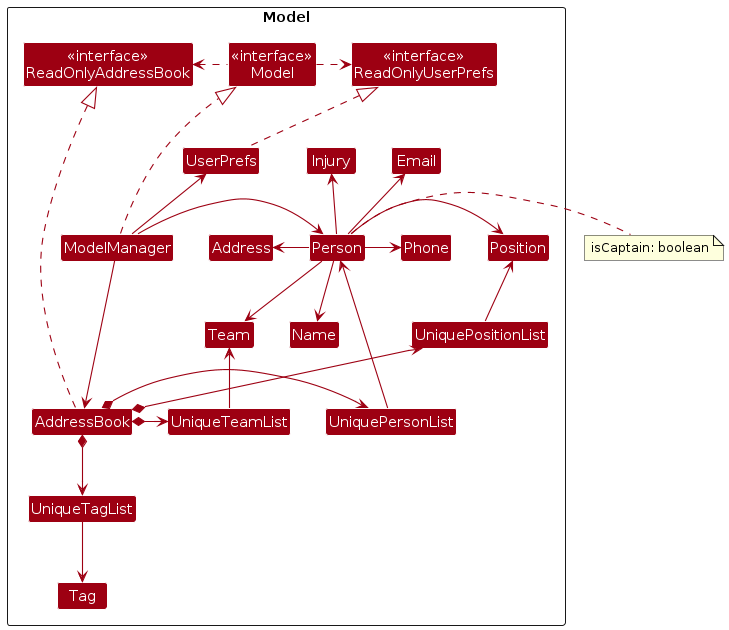
AY2526S1-CS2103T-T13-3/tp keeps this PlantUML diagram as diagrams/ModelClassDiagram.png. Above is the earlier version. Its source is kept beside it as diagrams/ModelClassDiagram.puml. The source it was exported from:
```plantuml
@startuml
!include style.puml
skinparam arrowThickness 1.1
skinparam arrowColor MODEL_COLOR
skinparam classBackgroundColor MODEL_COLOR

Package Model as ModelPackage <<Rectangle>>{
Class "<<interface>>\nReadOnlyAddressBook" as ReadOnlyAddressBook
Class "<<interface>>\nReadOnlyUserPrefs" as ReadOnlyUserPrefs
Class "<<interface>>\nModel" as Model
Class AddressBook
Class ModelManager
Class UserPrefs

Class UniquePersonList
Class Person
Class Address
Class Email
Class Name
Class Phone
Class Tag
Class UniqueTagList
Class UniqueTeamList
Class UniquePositionList
Class Injury
Class Team
Class Position
}

AddressBook .up.|> ReadOnlyAddressBook

ModelManager ..|> Model
Model .right.> ReadOnlyUserPrefs
Model .left.> ReadOnlyAddressBook
ModelManager -down-> AddressBook
ModelManager -up->   UserPrefs
UserPrefs .up.|> ReadOnlyUserPrefs

AddressBook *-right-> UniquePersonList
AddressBook *-down-> UniqueTagList
AddressBook *-left-> UniqueTeamList
AddressBook *-up-> UniquePositionList

UniquePersonList -right-> Person
UniqueTagList -down-> Tag
UniqueTeamList -left-> Team
UniquePositionList -up-> Position


Person -down-> Name
Person -right-> Phone
Person -up->   Email
Person -left-> Address
Person -down->  Team
Person -right-> Position
Person -up->    Injury


note right of Person
  isCaptain: boolean
end note

ModelManager -right-> Person
@enduml
```
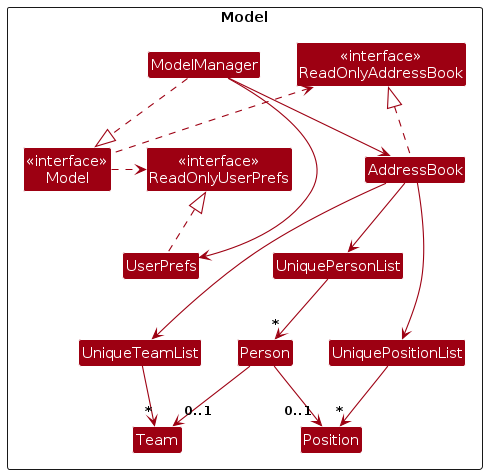
After the commit.

The edit, as a diff of the source:
```diff
@@ -13,52 +13,30 @@
 Class UserPrefs
 
 Class UniquePersonList
-Class Person
-Class Address
-Class Email
-Class Name
-Class Phone
-Class Tag
-Class UniqueTagList
 Class UniqueTeamList
 Class UniquePositionList
-Class Injury
+Class Person
 Class Team
 Class Position
 }
 
 AddressBook .up.|> ReadOnlyAddressBook
-
 ModelManager ..|> Model
 Model .right.> ReadOnlyUserPrefs
 Model .left.> ReadOnlyAddressBook
-ModelManager -down-> AddressBook
-ModelManager -up->   UserPrefs
 UserPrefs .up.|> ReadOnlyUserPrefs
 
-AddressBook *-right-> UniquePersonList
-AddressBook *-down-> UniqueTagList
-AddressBook *-left-> UniqueTeamList
-AddressBook *-up-> UniquePositionList
+ModelManager --> AddressBook
+ModelManager --> UserPrefs
 
-UniquePersonList -right-> Person
-UniqueTagList -down-> Tag
-UniqueTeamList -left-> Team
-UniquePositionList -up-> Position
+AddressBook --> UniquePersonList
+AddressBook --> UniqueTeamList
+AddressBook --> UniquePositionList
 
+UniquePersonList --> "*" Person
+UniqueTeamList --> "*" Team
+UniquePositionList --> "*" Position
 
-Person -down-> Name
-Person -right-> Phone
-Person -up->   Email
-Person -left-> Address
-Person -down->  Team
-Person -right-> Position
-Person -up->    Injury
-
-
-note right of Person
-  isCaptain: boolean
-end note
-
-ModelManager -right-> Person
+Person --> "0..1" Team
+Person --> "0..1" Position
 @enduml
```
